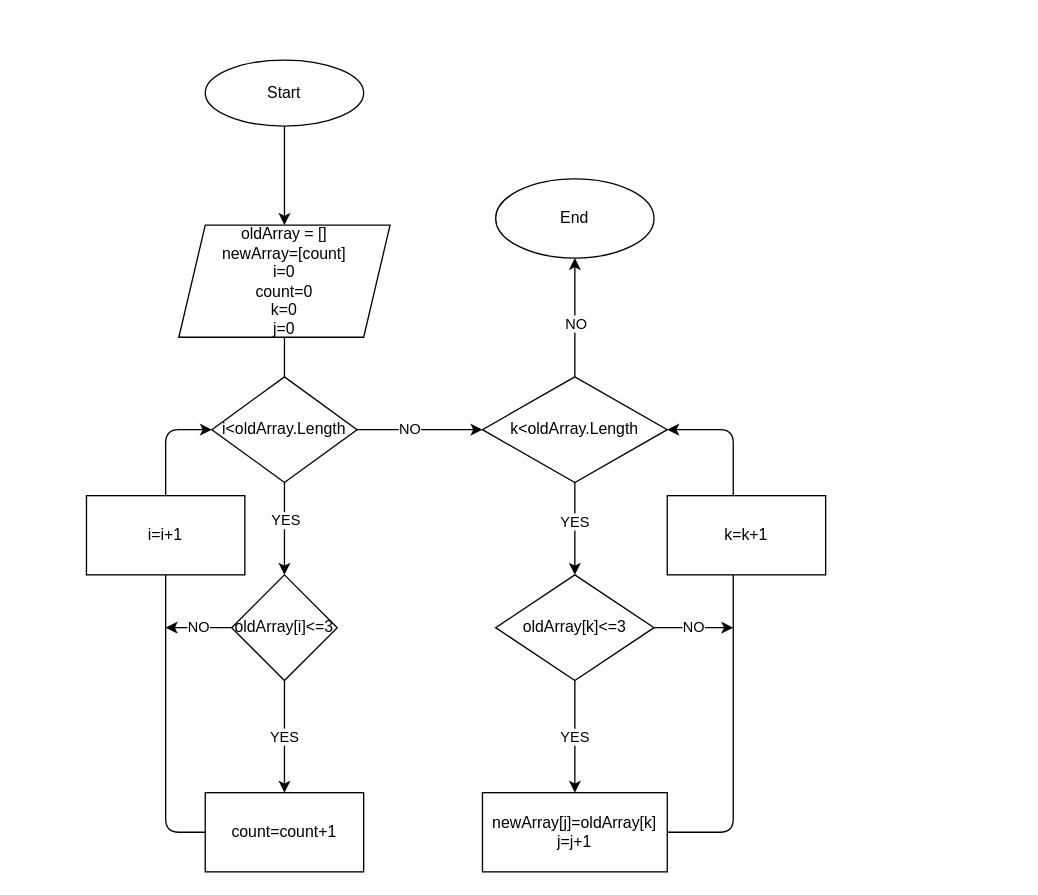
Above: Task_algorithm.drawio in maggydog/test_task_for_geekbrains (draw.io), before the change. Source tidied: cells renumbered, new cells numbered last; positions are measured from the earlier drawing's top-left corner, leaving out a move shared by most shapes. Both pictures are drawn from the tidied source at 132%, with x=0, y=0 at pixel (86, 59).
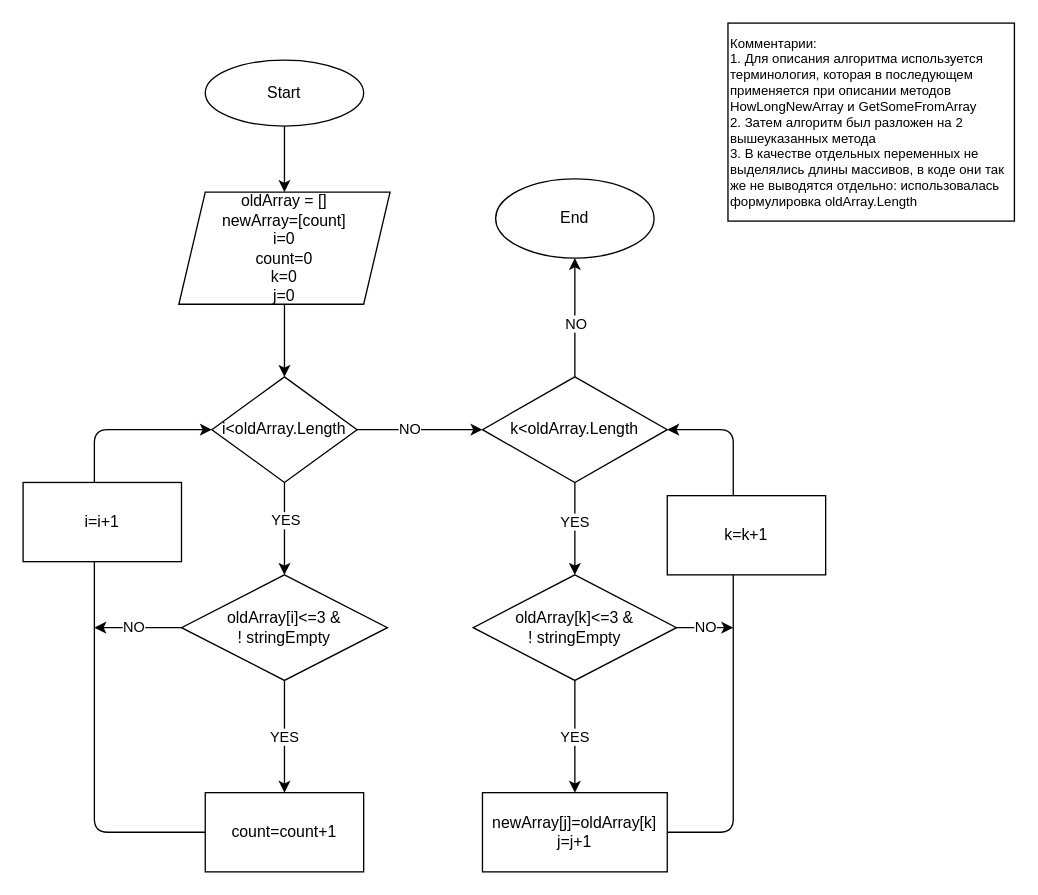
After the change.

Commit message (it also covers changes not shown here):
some fixes with alignment in code, algorithm file  and readme file

Unchanged cells that the change refers to:
```xml
<mxCell id="13" value="count=count+1&lt;br&gt;" style="whiteSpace=wrap;html=1;" parent="1" vertex="1">
  <mxGeometry x="90" y="555" width="120" height="60" as="geometry" />
</mxCell>
<mxCell id="19" value="i&amp;lt;oldArray.Length" style="rhombus;whiteSpace=wrap;html=1;" parent="1" vertex="1">
  <mxGeometry x="95" y="240" width="110" height="80" as="geometry" />
</mxCell>
```

Diff of the diagram source:
```diff
@@
     <mxCell id="6" value="oldArray = []&lt;br&gt;newArray=[count]&lt;br&gt;i=0&lt;br&gt;count=0&lt;br&gt;k=0&lt;br&gt;j=0" style="shape=parallelogram;perimeter=parallelogramPerimeter;whiteSpace=wrap;html=1;fixedSize=1;" parent="1" vertex="1">
-      <mxGeometry x="70" y="125" width="160" height="85" as="geometry" />
+      <mxGeometry x="70" y="100" width="160" height="85" as="geometry" />
     </mxCell>
@@
     <mxCell id="10" value="NO" style="edgeStyle=none;html=1;exitX=0;exitY=0.5;exitDx=0;exitDy=0;" parent="1" edge="1" source="11">
-      <mxGeometry relative="1" as="geometry">
-        <mxPoint x="60" y="430" as="targetPoint" />
+      <mxGeometry x="0.09" relative="1" as="geometry">
+        <mxPoint x="6" y="430" as="targetPoint" />
       </mxGeometry>
     </mxCell>
+    <mxCell id="28" style="edgeStyle=none;html=1;exitX=1;exitY=0.5;exitDx=0;exitDy=0;fontSize=10;" parent="1" edge="1" source="11">
+      <mxGeometry relative="1" as="geometry">
+        <mxPoint x="190.2" y="429.8" as="targetPoint" />
+      </mxGeometry>
+    </mxCell>
-    <mxCell id="11" value="oldArray[i]&amp;lt;=3" style="rhombus;whiteSpace=wrap;html=1;" parent="1" vertex="1">
-      <mxGeometry x="110" y="390" width="80" height="80" as="geometry" />
+    <mxCell id="11" value="oldArray[i]&amp;lt;=3 &amp;amp; &lt;br&gt;! stringEmpty" style="rhombus;whiteSpace=wrap;html=1;" parent="1" vertex="1">
+      <mxGeometry x="72" y="390" width="156" height="80" as="geometry" />
     </mxCell>
     <mxCell id="12" style="edgeStyle=none;html=1;exitX=0;exitY=0.5;exitDx=0;exitDy=0;entryX=0;entryY=0.5;entryDx=0;entryDy=0;" parent="1" edge="1" source="13" target="19">
       <mxGeometry relative="1" as="geometry">
         <Array as="points">
-          <mxPoint x="60" y="585" />
-          <mxPoint x="60" y="455" />
-          <mxPoint x="60" y="280" />
+          <mxPoint x="6" y="585" />
+          <mxPoint x="6" y="512" />
+          <mxPoint x="6" y="462" />
+          <mxPoint x="6" y="280" />
           <mxPoint x="80" y="280" />
         </Array>
       </mxGeometry>
     </mxCell>
@@
-    <mxCell id="16" value="oldArray[k]&amp;lt;=3" style="rhombus;whiteSpace=wrap;html=1;" parent="1" vertex="1">
-      <mxGeometry x="310" y="390" width="120" height="80" as="geometry" />
+    <mxCell id="16" value="oldArray[k]&amp;lt;=3 &amp;amp;&lt;br&gt;! stringEmpty" style="rhombus;whiteSpace=wrap;html=1;" parent="1" vertex="1">
+      <mxGeometry x="293" y="390" width="154" height="80" as="geometry" />
     </mxCell>
@@
+    <mxCell id="29" style="edgeStyle=none;html=1;exitX=0.5;exitY=0;exitDx=0;exitDy=0;" parent="1" edge="1" source="19">
+      <mxGeometry relative="1" as="geometry">
+        <mxPoint x="150" y="240" as="targetPoint" />
+      </mxGeometry>
+    </mxCell>
+    <mxCell id="20" style="edgeStyle=none;html=1;exitX=0.5;exitY=1;exitDx=0;exitDy=0;entryX=0.5;entryY=0;entryDx=0;entryDy=0;" parent="1" edge="1" source="6" target="19">
+      <mxGeometry relative="1" as="geometry" />
+    </mxCell>
@@
-    <mxCell id="20" style="edgeStyle=none;html=1;endArrow=none;" parent="1" edge="1" source="6" target="19">
-      <mxGeometry relative="1" as="geometry" />
-    </mxCell>
@@
     <mxCell id="26" value="&lt;span&gt;i=i+1&lt;/span&gt;" style="rounded=0;whiteSpace=wrap;html=1;" parent="1" vertex="1">
-      <mxGeometry y="330" width="120" height="60" as="geometry" />
+      <mxGeometry x="-48" y="320" width="120" height="60" as="geometry" />
     </mxCell>
@@
+    <mxCell id="30" value="&lt;div&gt;&lt;span&gt;Комментарии:&lt;/span&gt;&lt;/div&gt;&lt;div&gt;&lt;span&gt;1. Для описания алгоритма используется терминология, которая в последующем применяется при описании методов HowLongNewArray и GetSomeFromArray&lt;/span&gt;&lt;/div&gt;&lt;div&gt;&lt;span&gt;2. Затем алгоритм был разложен на 2 вышеуказанных метода&lt;/span&gt;&lt;/div&gt;&lt;div&gt;&lt;span&gt;3. В качестве отдельных переменных не выделялись длины массивов, в коде они так же не выводятся отдельно: использовалась формулировка oldArray.Length&lt;/span&gt;&lt;/div&gt;" style="rounded=0;whiteSpace=wrap;html=1;fontSize=10;align=left;" parent="1" vertex="1">
+      <mxGeometry x="486" y="-28" width="217" height="150" as="geometry" />
+    </mxCell>
```
